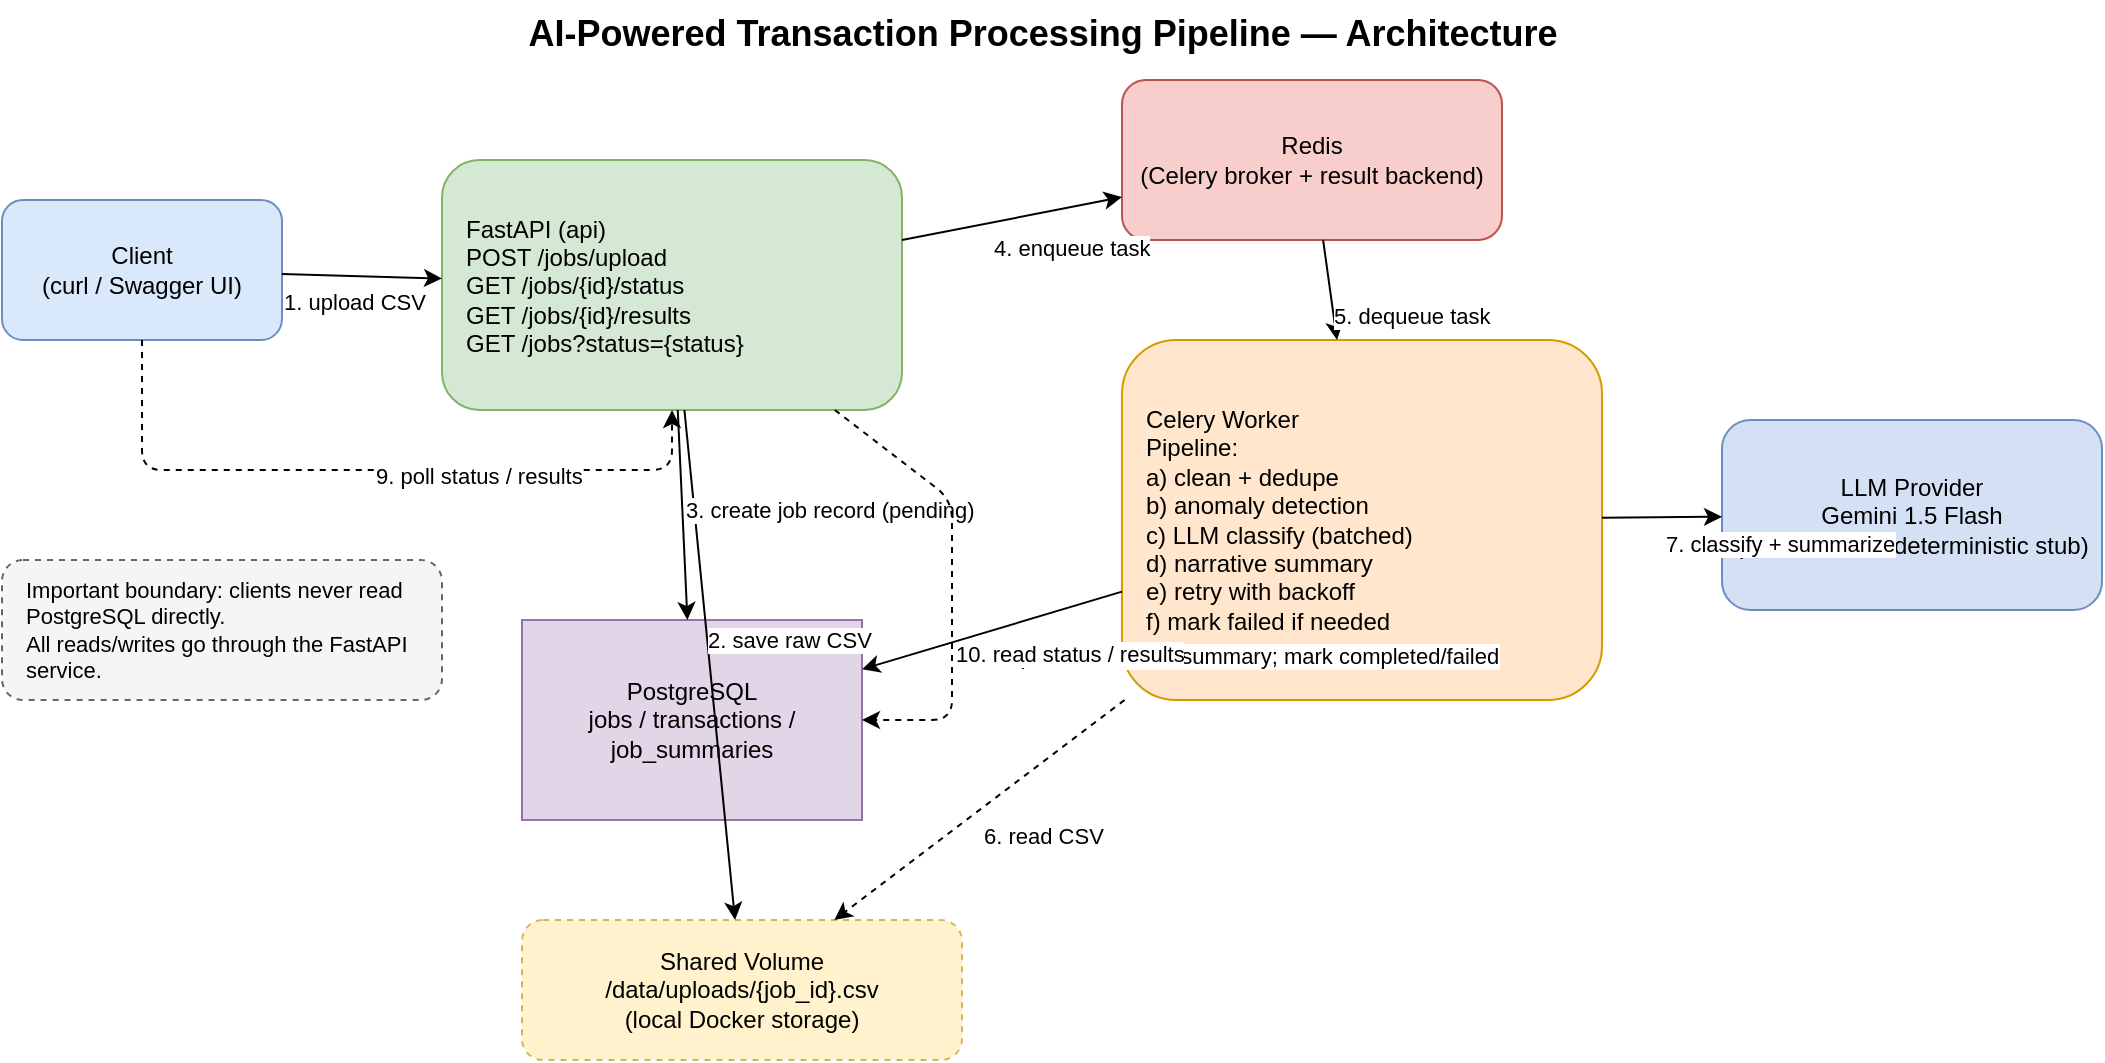
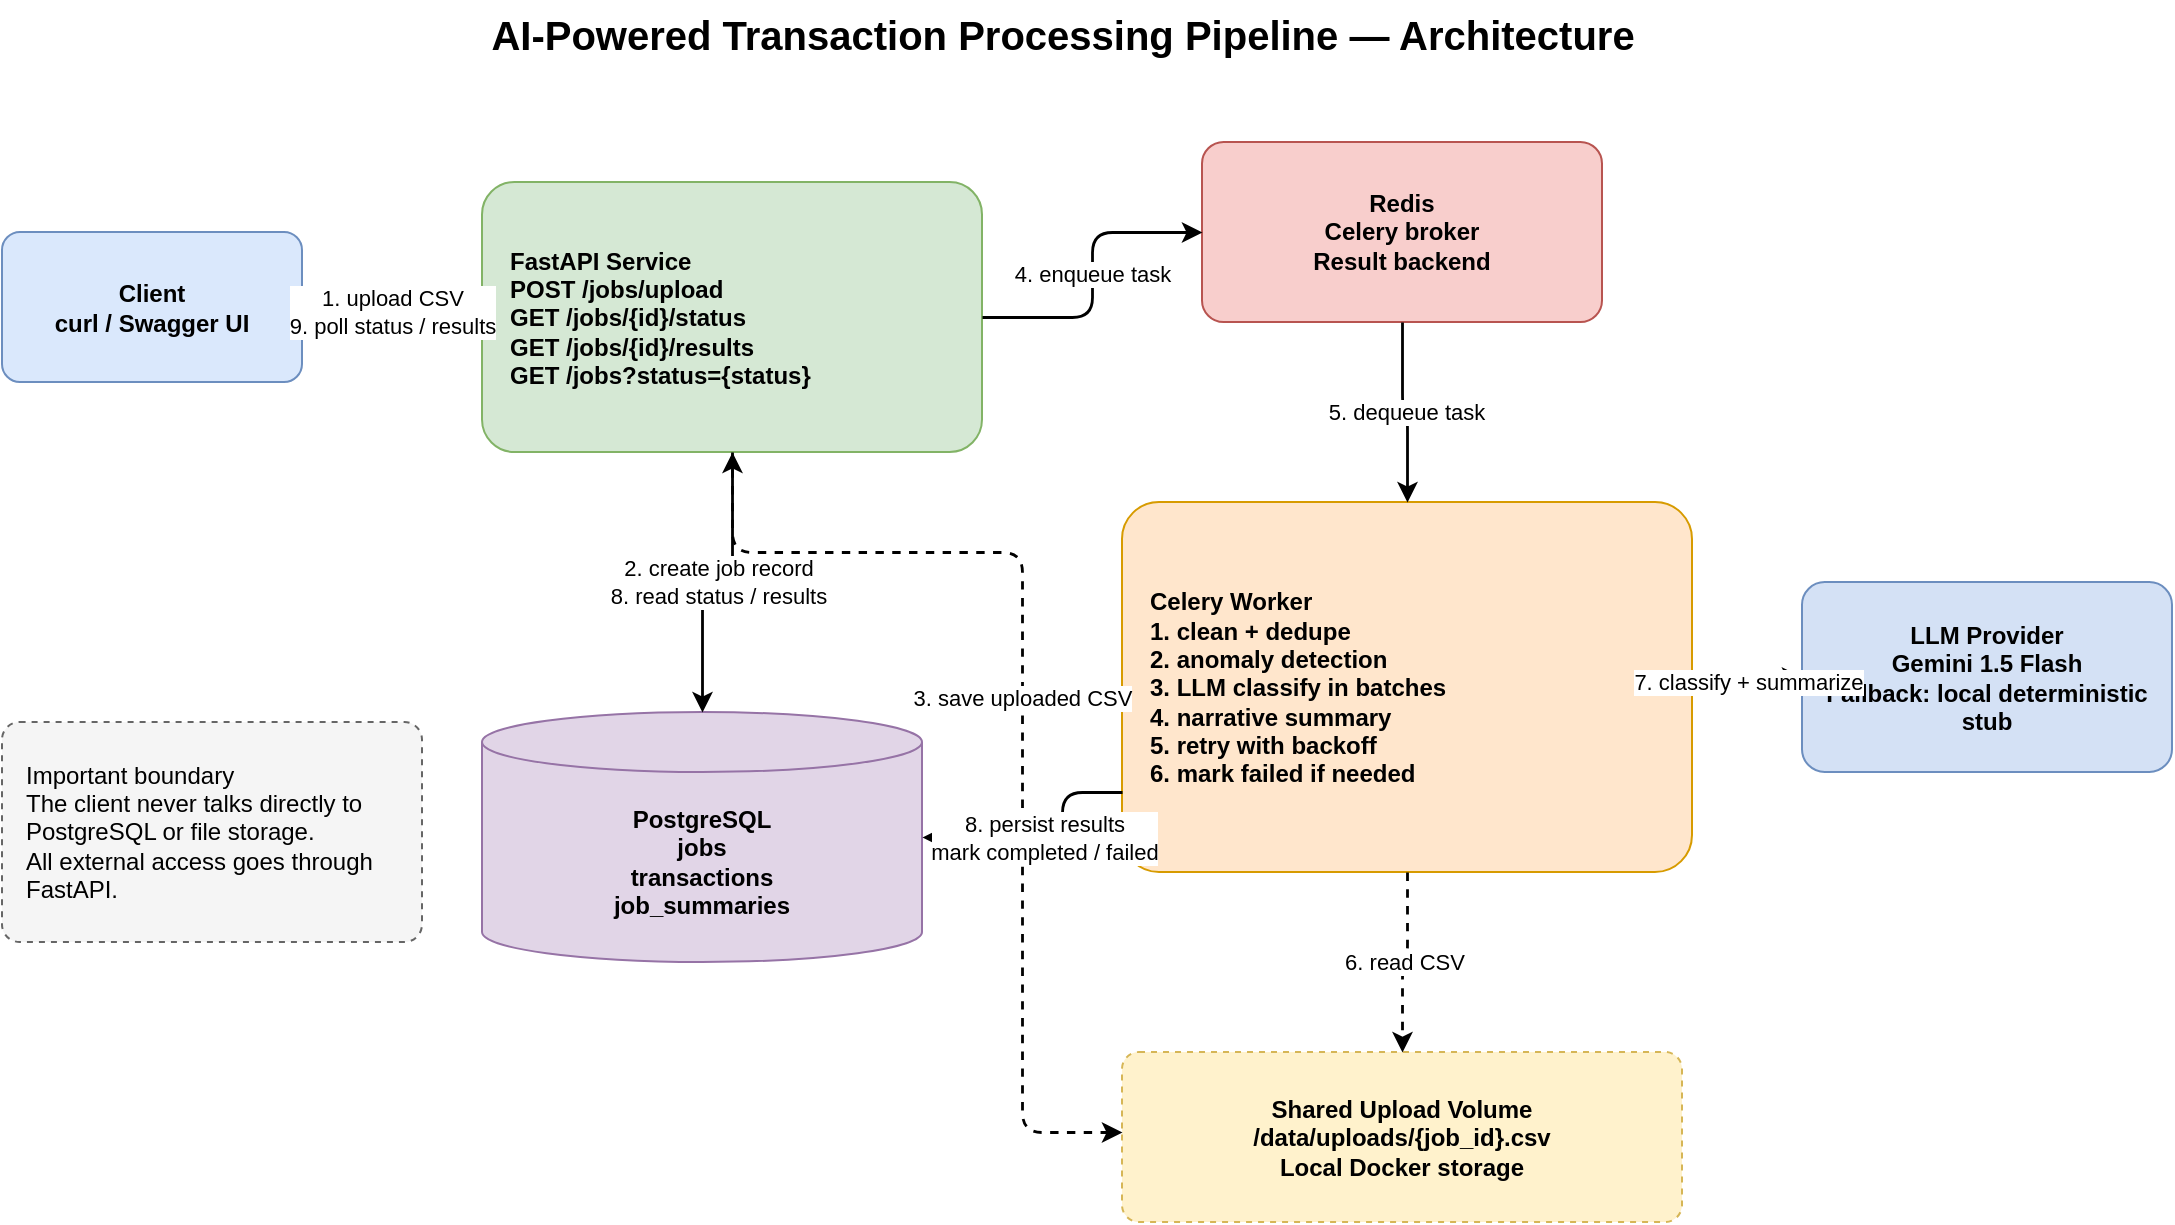
<mxfile host="app.diagrams.net" type="device">
  <diagram name="Architecture" id="arch-1">
    <mxGraphModel dx="1200" dy="800" grid="1" gridSize="10" guides="1" tooltips="1" connect="1" arrows="1" fold="1" page="1" pageScale="1" pageWidth="1169" pageHeight="826" math="0" shadow="0">
      <root>
        <mxCell id="0" />
        <mxCell id="1" parent="0" />

-         <mxCell id="title" value="AI-Powered Transaction Processing Pipeline — Architecture" style="text;html=1;fontSize=18;fontStyle=1;align=center;" vertex="1" parent="1">
-           <mxGeometry x="200" y="20" width="760" height="30" as="geometry" />
+         <mxCell id="title" value="AI-Powered Transaction Processing Pipeline — Architecture" style="text;html=1;fontSize=20;fontStyle=1;align=center;verticalAlign=middle;" vertex="1" parent="1">
+           <mxGeometry x="210" y="24" width="760" height="34" as="geometry" />
        </mxCell>

-         <mxCell id="client" value="Client&#10;(curl / Swagger UI)" style="rounded=1;whiteSpace=wrap;html=1;fillColor=#dae8fc;strokeColor=#6c8ebf;" vertex="1" parent="1">
-           <mxGeometry x="60" y="120" width="140" height="70" as="geometry" />
+         <mxCell id="client" value="Client&#10;curl / Swagger UI" style="rounded=1;whiteSpace=wrap;html=1;fillColor=#dae8fc;strokeColor=#6c8ebf;fontStyle=1;align=center;verticalAlign=middle;arcSize=12;" vertex="1" parent="1">
+           <mxGeometry x="60" y="140" width="150" height="75" as="geometry" />
        </mxCell>

-         <mxCell id="api" value="FastAPI (api)&#10;POST /jobs/upload&#10;GET /jobs/{id}/status&#10;GET /jobs/{id}/results&#10;GET /jobs?status={status}" style="rounded=1;whiteSpace=wrap;html=1;fillColor=#d5e8d4;strokeColor=#82b366;align=left;spacingLeft=10;" vertex="1" parent="1">
-           <mxGeometry x="280" y="100" width="230" height="125" as="geometry" />
+         <mxCell id="api" value="FastAPI Service&#10;POST /jobs/upload&#10;GET /jobs/{id}/status&#10;GET /jobs/{id}/results&#10;GET /jobs?status={status}" style="rounded=1;whiteSpace=wrap;html=1;fillColor=#d5e8d4;strokeColor=#82b366;fontStyle=1;align=left;verticalAlign=middle;spacingLeft=12;arcSize=12;" vertex="1" parent="1">
+           <mxGeometry x="300" y="115" width="250" height="135" as="geometry" />
        </mxCell>

-         <mxCell id="redis" value="Redis&#10;(Celery broker + result backend)" style="rounded=1;whiteSpace=wrap;html=1;fillColor=#f8cecc;strokeColor=#b85450;" vertex="1" parent="1">
-           <mxGeometry x="620" y="60" width="190" height="80" as="geometry" />
+         <mxCell id="redis" value="Redis&#10;Celery broker&#10;Result backend" style="rounded=1;whiteSpace=wrap;html=1;fillColor=#f8cecc;strokeColor=#b85450;fontStyle=1;align=center;verticalAlign=middle;arcSize=12;" vertex="1" parent="1">
+           <mxGeometry x="660" y="95" width="200" height="90" as="geometry" />
        </mxCell>

-         <mxCell id="worker" value="Celery Worker&#10;Pipeline:&#10;a) clean + dedupe&#10;b) anomaly detection&#10;c) LLM classify (batched)&#10;d) narrative summary&#10;e) retry with backoff&#10;f) mark failed if needed" style="rounded=1;whiteSpace=wrap;html=1;fillColor=#ffe6cc;strokeColor=#d79b00;align=left;spacingLeft=10;" vertex="1" parent="1">
-           <mxGeometry x="620" y="190" width="240" height="180" as="geometry" />
+         <mxCell id="worker" value="Celery Worker&#10;1. clean + dedupe&#10;2. anomaly detection&#10;3. LLM classify in batches&#10;4. narrative summary&#10;5. retry with backoff&#10;6. mark failed if needed" style="rounded=1;whiteSpace=wrap;html=1;fillColor=#ffe6cc;strokeColor=#d79b00;fontStyle=1;align=left;verticalAlign=middle;spacingLeft=12;arcSize=10;" vertex="1" parent="1">
+           <mxGeometry x="620" y="275" width="285" height="185" as="geometry" />
        </mxCell>

-         <mxCell id="db" value="PostgreSQL&#10;jobs / transactions / job_summaries" style="cylinder3;whiteSpace=wrap;html=1;boundedLbl=1;backgroundOutline=1;size=15;fillColor=#e1d5e7;strokeColor=#9673a6;" vertex="1" parent="1">
-           <mxGeometry x="320" y="330" width="170" height="100" as="geometry" />
+         <mxCell id="llm" value="LLM Provider&#10;Gemini 1.5 Flash&#10;Fallback: local deterministic stub" style="rounded=1;whiteSpace=wrap;html=1;fillColor=#d4e1f5;strokeColor=#6c8ebf;fontStyle=1;align=center;verticalAlign=middle;arcSize=12;" vertex="1" parent="1">
+           <mxGeometry x="960" y="315" width="185" height="95" as="geometry" />
        </mxCell>

-         <mxCell id="volume" value="Shared Volume&#10;/data/uploads/{job_id}.csv&#10;(local Docker storage)" style="rounded=1;whiteSpace=wrap;html=1;fillColor=#fff2cc;strokeColor=#d6b656;dashed=1;" vertex="1" parent="1">
-           <mxGeometry x="320" y="480" width="220" height="70" as="geometry" />
+         <mxCell id="db" value="PostgreSQL&#10;jobs&#10;transactions&#10;job_summaries" style="shape=cylinder3;whiteSpace=wrap;html=1;boundedLbl=1;backgroundOutline=1;size=15;fillColor=#e1d5e7;strokeColor=#9673a6;fontStyle=1;align=center;verticalAlign=middle;" vertex="1" parent="1">
+           <mxGeometry x="300" y="380" width="220" height="125" as="geometry" />
        </mxCell>

-         <mxCell id="llm" value="LLM Provider&#10;Gemini 1.5 Flash&#10;(fallback: local deterministic stub)" style="rounded=1;whiteSpace=wrap;html=1;fillColor=#d4e1f5;strokeColor=#6c8ebf;" vertex="1" parent="1">
-           <mxGeometry x="920" y="230" width="190" height="95" as="geometry" />
+         <mxCell id="volume" value="Shared Upload Volume&#10;/data/uploads/{job_id}.csv&#10;Local Docker storage" style="rounded=1;whiteSpace=wrap;html=1;fillColor=#fff2cc;strokeColor=#d6b656;fontStyle=1;align=center;verticalAlign=middle;dashed=1;arcSize=10;" vertex="1" parent="1">
+           <mxGeometry x="620" y="550" width="280" height="85" as="geometry" />
        </mxCell>

-         <mxCell id="note" value="Important boundary: clients never read PostgreSQL directly.&#10;All reads/writes go through the FastAPI service." style="rounded=1;whiteSpace=wrap;html=1;fillColor=#f5f5f5;strokeColor=#666666;dashed=1;fontSize=11;align=left;spacingLeft=10;" vertex="1" parent="1">
-           <mxGeometry x="60" y="300" width="220" height="70" as="geometry" />
+         <mxCell id="note" value="Important boundary&#10;The client never talks directly to PostgreSQL or file storage.&#10;All external access goes through FastAPI." style="rounded=1;whiteSpace=wrap;html=1;fillColor=#f5f5f5;strokeColor=#666666;dashed=1;fontSize=12;align=left;verticalAlign=middle;spacingLeft=10;arcSize=8;" vertex="1" parent="1">
+           <mxGeometry x="60" y="385" width="210" height="110" as="geometry" />
        </mxCell>

-         <mxCell id="e1" style="endArrow=classic;html=1;" edge="1" parent="1" source="client" target="api">
-           <mxGeometry relative="1" as="geometry" />
-         </mxCell>
-         <mxCell id="e1b" value="1. upload CSV" style="edgeLabel;html=1;align=center;" connectable="0" vertex="1" parent="e1">
-           <mxGeometry x="-0.1" relative="1" as="geometry" />
-         </mxCell>
- 
-         <mxCell id="e2" style="endArrow=classic;html=1;" edge="1" parent="1" source="api" target="volume">
-           <mxGeometry relative="1" as="geometry" />
-         </mxCell>
-         <mxCell id="e2b" value="2. save raw CSV" style="edgeLabel;html=1;" connectable="0" vertex="1" parent="e2">
-           <mxGeometry x="-0.2" relative="1" as="geometry" />
-         </mxCell>
- 
-         <mxCell id="e3" style="endArrow=classic;html=1;" edge="1" parent="1" source="api" target="db">
-           <mxGeometry relative="1" as="geometry" />
-         </mxCell>
-         <mxCell id="e3b" value="3. create job record (pending)" style="edgeLabel;html=1;" connectable="0" vertex="1" parent="e3">
-           <mxGeometry x="-0.3" relative="1" as="geometry" />
-         </mxCell>
- 
-         <mxCell id="e4" style="endArrow=classic;html=1;" edge="1" parent="1" source="api" target="redis">
-           <mxGeometry relative="1" as="geometry" />
-         </mxCell>
-         <mxCell id="e4b" value="4. enqueue task" style="edgeLabel;html=1;" connectable="0" vertex="1" parent="e4">
-           <mxGeometry x="-0.2" relative="1" as="geometry" />
-         </mxCell>
- 
-         <mxCell id="e5" style="endArrow=classic;html=1;" edge="1" parent="1" source="redis" target="worker">
-           <mxGeometry relative="1" as="geometry" />
-         </mxCell>
-         <mxCell id="e5b" value="5. dequeue task" style="edgeLabel;html=1;" connectable="0" vertex="1" parent="e5">
+         <mxCell id="e_client_api" value="1. upload CSV&#10;9. poll status / results" style="endArrow=classic;startArrow=classic;html=1;rounded=1;strokeWidth=1.4;edgeStyle=orthogonalEdgeStyle;" edge="1" parent="1" source="client" target="api">
          <mxGeometry relative="1" as="geometry" />
        </mxCell>

-         <mxCell id="e6" style="endArrow=classic;html=1;dashed=1;" edge="1" parent="1" source="worker" target="volume">
-           <mxGeometry relative="1" as="geometry" />
-         </mxCell>
-         <mxCell id="e6b" value="6. read CSV" style="edgeLabel;html=1;" connectable="0" vertex="1" parent="e6">
+         <mxCell id="e_api_db" value="2. create job record&#10;8. read status / results" style="endArrow=classic;startArrow=classic;html=1;rounded=1;strokeWidth=1.4;edgeStyle=orthogonalEdgeStyle;" edge="1" parent="1" source="api" target="db">
          <mxGeometry relative="1" as="geometry" />
        </mxCell>

-         <mxCell id="e7" style="endArrow=classic;html=1;" edge="1" parent="1" source="worker" target="llm">
-           <mxGeometry relative="1" as="geometry" />
+         <mxCell id="e_api_volume" value="3. save uploaded CSV" style="endArrow=classic;html=1;rounded=1;strokeWidth=1.4;dashed=1;edgeStyle=orthogonalEdgeStyle;" edge="1" parent="1" source="api" target="volume">
+           <mxGeometry relative="1" as="geometry">
+             <Array as="points">
+               <mxPoint x="570" y="300" />
+               <mxPoint x="570" y="590" />
+             </Array>
+           </mxGeometry>
        </mxCell>
-         <mxCell id="e7b" value="7. classify + summarize" style="edgeLabel;html=1;" connectable="0" vertex="1" parent="e7">
+ 
+         <mxCell id="e_api_redis" value="4. enqueue task" style="endArrow=classic;html=1;rounded=1;strokeWidth=1.4;edgeStyle=orthogonalEdgeStyle;" edge="1" parent="1" source="api" target="redis">
          <mxGeometry relative="1" as="geometry" />
        </mxCell>

-         <mxCell id="e8" style="endArrow=classic;html=1;" edge="1" parent="1" source="worker" target="db">
-           <mxGeometry relative="1" as="geometry" />
-         </mxCell>
-         <mxCell id="e8b" value="8. persist results + summary; mark completed/failed" style="edgeLabel;html=1;" connectable="0" vertex="1" parent="e8">
+         <mxCell id="e_redis_worker" value="5. dequeue task" style="endArrow=classic;html=1;rounded=1;strokeWidth=1.4;edgeStyle=orthogonalEdgeStyle;" edge="1" parent="1" source="redis" target="worker">
          <mxGeometry relative="1" as="geometry" />
        </mxCell>

-         <mxCell id="e9" style="endArrow=classic;html=1;dashed=1;" edge="1" parent="1" source="client" target="api">
+         <mxCell id="e_worker_volume" value="6. read CSV" style="endArrow=classic;html=1;rounded=1;strokeWidth=1.4;dashed=1;edgeStyle=orthogonalEdgeStyle;" edge="1" parent="1" source="worker" target="volume">
+           <mxGeometry relative="1" as="geometry" />
+         </mxCell>
+ 
+         <mxCell id="e_worker_llm" value="7. classify + summarize" style="endArrow=classic;html=1;rounded=1;strokeWidth=1.4;edgeStyle=orthogonalEdgeStyle;" edge="1" parent="1" source="worker" target="llm">
+           <mxGeometry relative="1" as="geometry" />
+         </mxCell>
+ 
+         <mxCell id="e_worker_db" value="8. persist results&#10;mark completed / failed" style="endArrow=classic;html=1;rounded=1;strokeWidth=1.4;edgeStyle=orthogonalEdgeStyle;" edge="1" parent="1" source="worker" target="db">
          <mxGeometry relative="1" as="geometry">
            <Array as="points">
-               <mxPoint x="130" y="255" />
-               <mxPoint x="395" y="255" />
+               <mxPoint x="590" y="420" />
            </Array>
          </mxGeometry>
-         </mxCell>
-         <mxCell id="e9b" value="9. poll status / results" style="edgeLabel;html=1;" connectable="0" vertex="1" parent="e9">
-           <mxGeometry y="10" relative="1" as="geometry" />
-         </mxCell>
- 
-         <mxCell id="e10" style="endArrow=classic;html=1;dashed=1;" edge="1" parent="1" source="api" target="db">
-           <mxGeometry relative="1" as="geometry">
-             <Array as="points">
-               <mxPoint x="535" y="270" />
-               <mxPoint x="535" y="380" />
-             </Array>
-           </mxGeometry>
-         </mxCell>
-         <mxCell id="e10b" value="10. read status / results" style="edgeLabel;html=1;" connectable="0" vertex="1" parent="e10">
-           <mxGeometry x="0.2" relative="1" as="geometry" />
        </mxCell>

      </root>
    </mxGraphModel>
  </diagram>
</mxfile>
